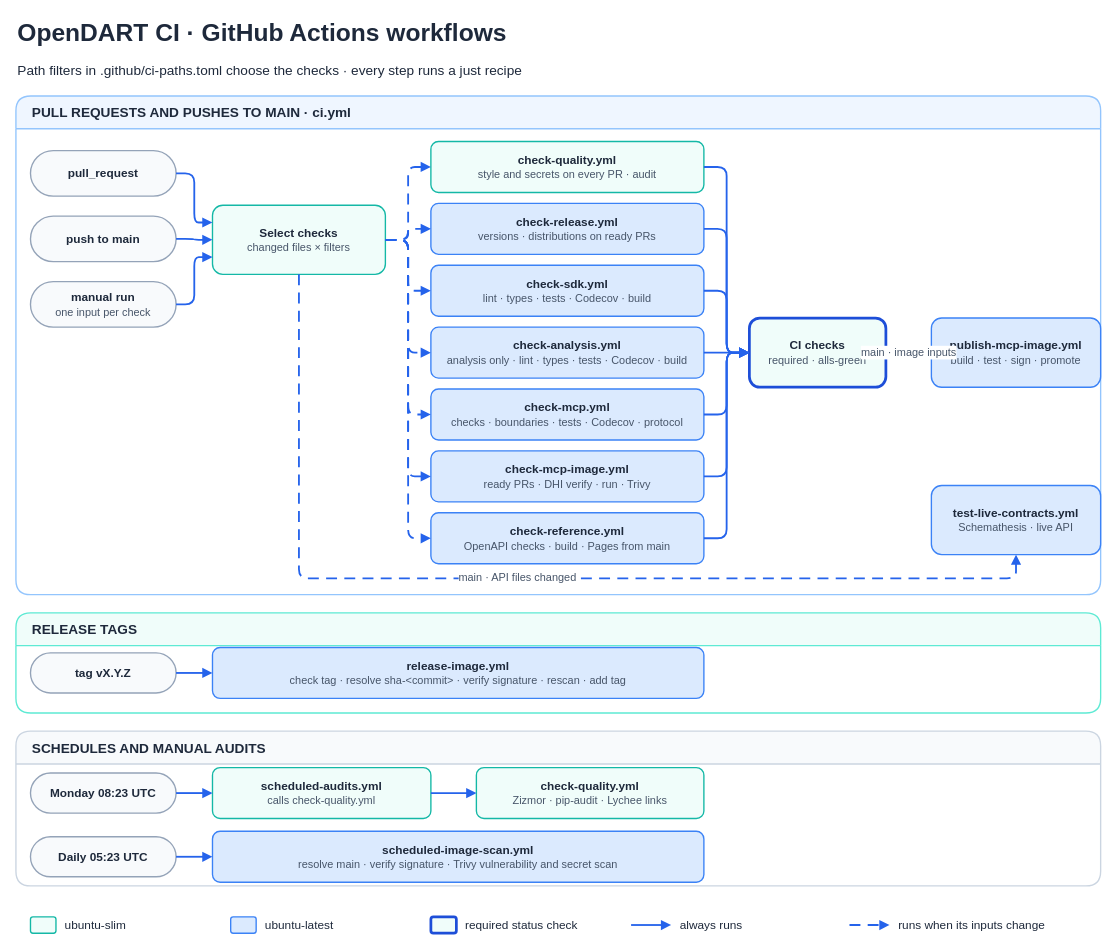
Earlier version of the draw.io diagram .github/workflows.drawio (orestxherija/opendart). Source tidied: cells renumbered, new cells numbered last; positions are measured from the earlier drawing's top-left corner, leaving out a move shared by most shapes. Both pictures are drawn from the tidied source at 91%, with x=0, y=0 at pixel (15, 15).
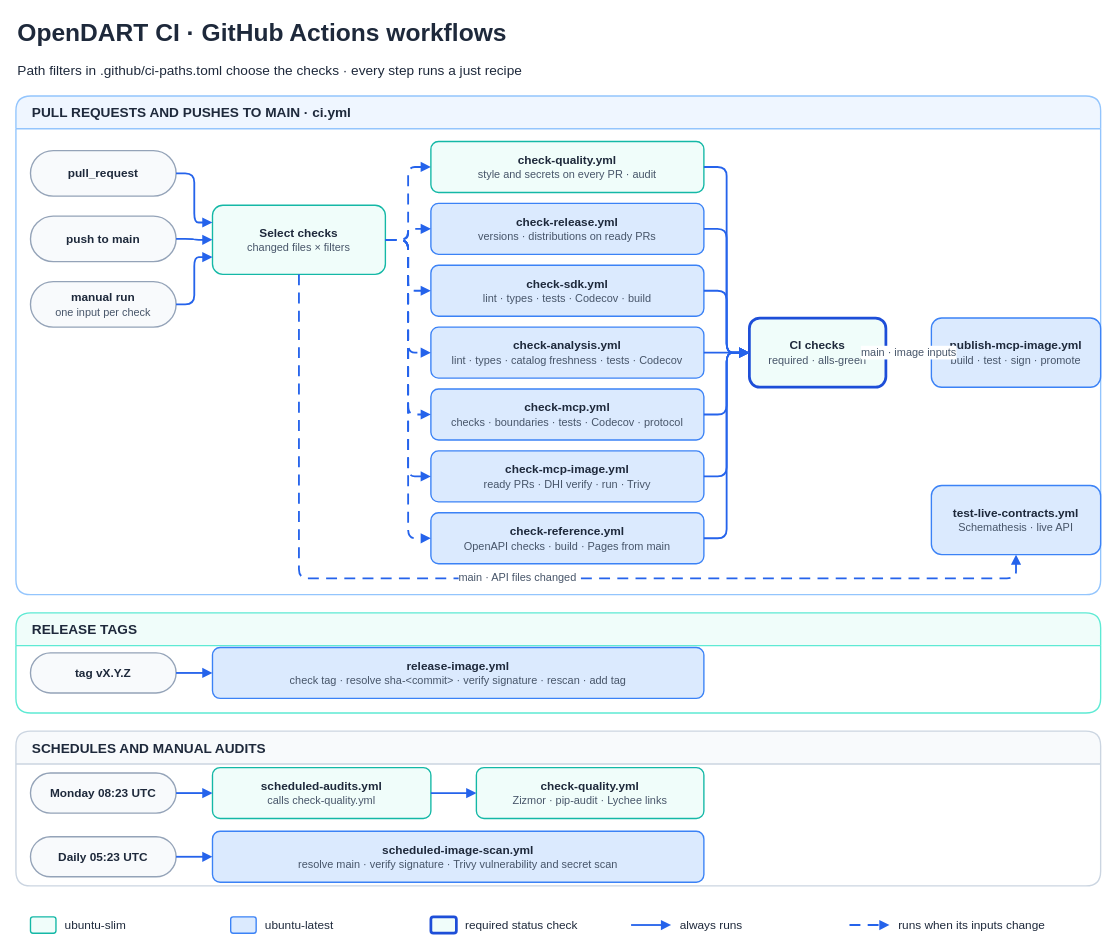
The same page after the edit.

Diff of the diagram source:
```diff
@@
-    <mxCell id="14" value="&lt;b&gt;check-analysis.yml&lt;/b&gt;&lt;br&gt;&lt;font style=&quot;font-size:12px&quot; color=&quot;#475569&quot;&gt;analysis only · lint · types · tests · Codecov · build&lt;/font&gt;" style="rounded=1;whiteSpace=wrap;html=1;fontFamily=Arial;fontSize=13;fontColor=#1e293b;spacing=12;fillColor=#dbeafe;strokeColor=#3b82f6;strokeWidth=1.5;" parent="1" vertex="1">
+    <mxCell id="14" value="&lt;b&gt;check-analysis.yml&lt;/b&gt;&lt;br&gt;&lt;font style=&quot;font-size:12px&quot; color=&quot;#475569&quot;&gt;lint · types · catalog freshness · tests · Codecov&lt;/font&gt;" style="rounded=1;whiteSpace=wrap;html=1;fontFamily=Arial;fontSize=13;fontColor=#1e293b;spacing=12;fillColor=#dbeafe;strokeColor=#3b82f6;strokeWidth=1.5;" parent="1" vertex="1">
       <mxGeometry x="456" y="342" width="300" height="56" as="geometry" />
     </mxCell>
```
